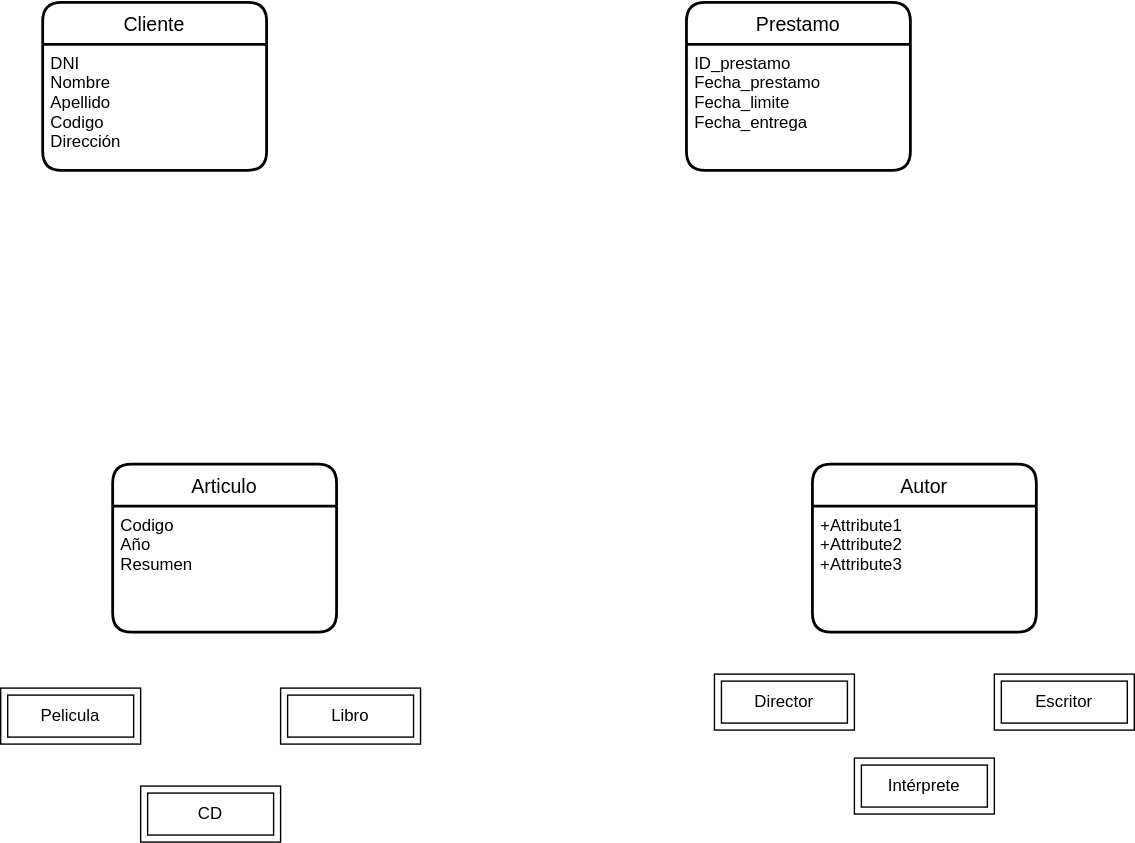
Before: UD12-6.svg, a diagram exported from draw.io (Jimxx22/C3-UD11-UML). Source tidied: cells renumbered, new cells last; positions are measured from the earlier drawing's top-left corner, leaving out a move shared by most shapes.
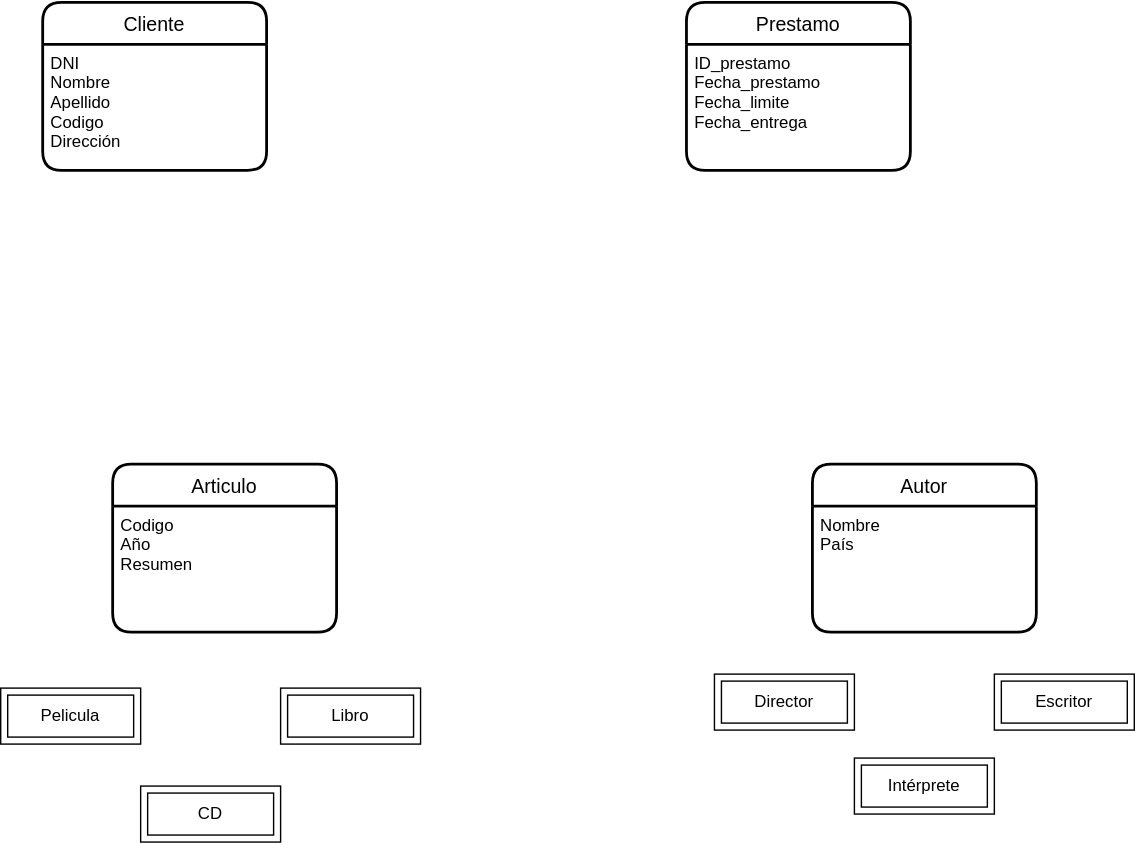
The same diagram one commit later.

The edit, as a diff of the source:
```diff
@@ -23,7 +23,7 @@
     <mxCell id="8" value="Autor" style="swimlane;horizontal=1;startSize=30;rounded=1;fontSize=14;fontStyle=0;strokeWidth=2;shadow=0;dashed=0;align=center;html=0;" parent="1" vertex="1">
       <mxGeometry x="580" y="330" width="160" height="120" as="geometry" />
     </mxCell>
-    <mxCell id="9" value="+Attribute1&#10;+Attribute2&#10;+Attribute3" style="align=left;strokeColor=none;fillColor=none;spacingLeft=4;fontSize=12;verticalAlign=top;html=0;" parent="8" vertex="1">
+    <mxCell id="9" value="Nombre&#10;País&#10;" style="align=left;strokeColor=none;fillColor=none;spacingLeft=4;fontSize=12;verticalAlign=top;html=0;" parent="8" vertex="1">
       <mxGeometry y="30" width="160" height="90" as="geometry" />
     </mxCell>
     <mxCell id="10" value="Pelicula" style="shape=ext;margin=3;double=1;whiteSpace=wrap;html=1;align=center;" parent="1" vertex="1">
```
